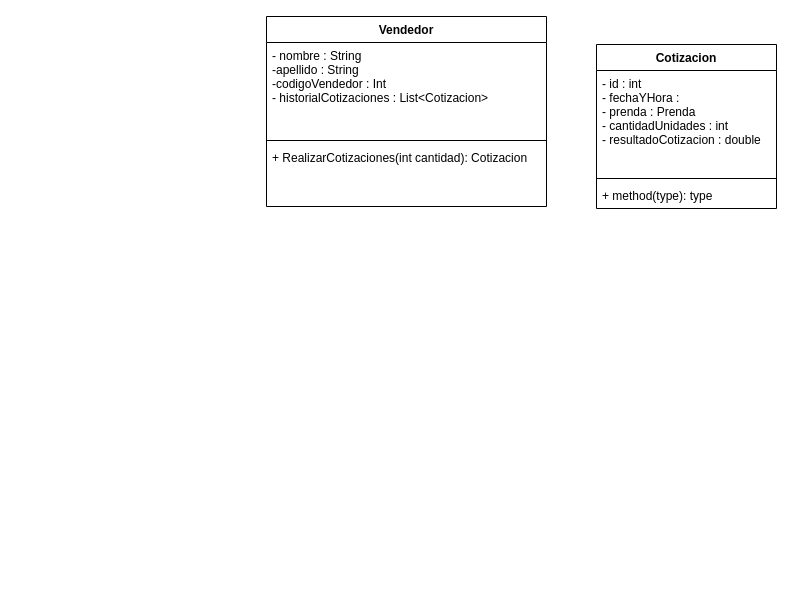
This is UMLCotizacionesTiendaMayorista.drawio from Demian159/ExamenIngresoGlobalCitizenEtermax, a draw.io file, before an edit. Source tidied: cells renumbered, new cells numbered last; positions are measured from the earlier drawing's top-left corner, leaving out a move shared by most shapes. Both pictures are drawn from the tidied source at 100%, with x=0, y=0 at pixel (266, 16).
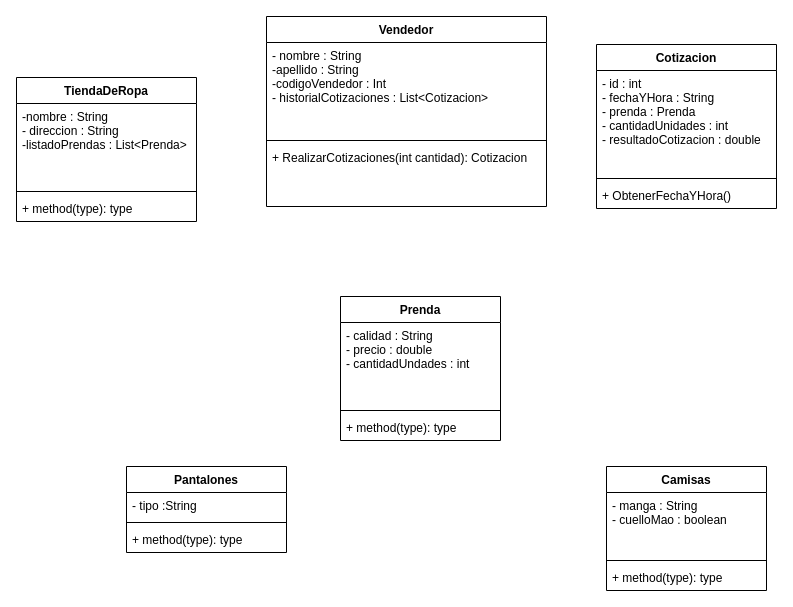
The same page after the edit.

Unchanged cells that the change refers to:
```xml
<mxCell id="2" value="Cotizacion" style="swimlane;fontStyle=1;align=center;verticalAlign=top;horizontal=1;startSize=26;" parent="1" vertex="1">
  <mxGeometry x="330" y="28" width="180" height="164" as="geometry" />
</mxCell>
```

Change to the diagram source:
```diff
@@
-    <mxCell id="3" value="- id : int&#10;- fechaYHora : &#10;- prenda : Prenda&#10;- cantidadUnidades : int&#10;- resultadoCotizacion : double&#10;&#10;" style="text;strokeColor=none;fillColor=none;align=left;verticalAlign=top;spacingLeft=4;spacingRight=4;overflow=hidden;" parent="2" vertex="1">
+    <mxCell id="3" value="- id : int&#10;- fechaYHora : String&#10;- prenda : Prenda&#10;- cantidadUnidades : int&#10;- resultadoCotizacion : double&#10;&#10;" style="text;strokeColor=none;fillColor=none;align=left;verticalAlign=top;spacingLeft=4;spacingRight=4;overflow=hidden;" parent="2" vertex="1">
       <mxGeometry y="26" width="180" height="104" as="geometry" />
     </mxCell>
@@
-    <mxCell id="5" value="+ method(type): type" style="text;strokeColor=none;fillColor=none;align=left;verticalAlign=top;spacingLeft=4;spacingRight=4;overflow=hidden;" parent="2" vertex="1">
+    <mxCell id="5" value="+ ObtenerFechaYHora()" style="text;strokeColor=none;fillColor=none;align=left;verticalAlign=top;spacingLeft=4;spacingRight=4;overflow=hidden;" parent="2" vertex="1">
       <mxGeometry y="138" width="180" height="26" as="geometry" />
     </mxCell>
@@
+    <mxCell id="10" value="TiendaDeRopa" style="swimlane;fontStyle=1;align=center;verticalAlign=top;horizontal=1;startSize=26;" parent="1" vertex="1">
+      <mxGeometry x="-250" y="61" width="180" height="144" as="geometry" />
+    </mxCell>
+    <mxCell id="11" value="-nombre : String&#10;- direccion : String&#10;-listadoPrendas : List&lt;Prenda&gt;&#10;" style="text;strokeColor=none;fillColor=none;align=left;verticalAlign=top;spacingLeft=4;spacingRight=4;overflow=hidden;" parent="10" vertex="1">
+      <mxGeometry y="26" width="180" height="84" as="geometry" />
+    </mxCell>
+    <mxCell id="12" style="line;strokeWidth=1;fillColor=none;align=left;verticalAlign=middle;spacingTop=-1;spacingLeft=3;spacingRight=3;labelPosition=right;" parent="10" vertex="1">
+      <mxGeometry y="110" width="180" height="8" as="geometry" />
+    </mxCell>
+    <mxCell id="13" value="+ method(type): type" style="text;strokeColor=none;fillColor=none;align=left;verticalAlign=top;spacingLeft=4;spacingRight=4;overflow=hidden;" parent="10" vertex="1">
+      <mxGeometry y="118" width="180" height="26" as="geometry" />
+    </mxCell>
+    <mxCell id="14" value="Prenda" style="swimlane;fontStyle=1;align=center;verticalAlign=top;horizontal=1;startSize=26;" parent="1" vertex="1">
+      <mxGeometry x="74" y="280" width="160" height="144" as="geometry" />
+    </mxCell>
+    <mxCell id="15" value="- calidad : String&#10;- precio : double&#10;- cantidadUndades : int&#10;" style="text;strokeColor=none;fillColor=none;align=left;verticalAlign=top;spacingLeft=4;spacingRight=4;overflow=hidden;" parent="14" vertex="1">
+      <mxGeometry y="26" width="160" height="84" as="geometry" />
+    </mxCell>
+    <mxCell id="16" style="line;strokeWidth=1;fillColor=none;align=left;verticalAlign=middle;spacingTop=-1;spacingLeft=3;spacingRight=3;labelPosition=right;" parent="14" vertex="1">
+      <mxGeometry y="110" width="160" height="8" as="geometry" />
+    </mxCell>
+    <mxCell id="17" value="+ method(type): type" style="text;strokeColor=none;fillColor=none;align=left;verticalAlign=top;spacingLeft=4;spacingRight=4;overflow=hidden;" parent="14" vertex="1">
+      <mxGeometry y="118" width="160" height="26" as="geometry" />
+    </mxCell>
+    <mxCell id="18" value="Pantalones" style="swimlane;fontStyle=1;align=center;verticalAlign=top;horizontal=1;startSize=26;" parent="1" vertex="1">
+      <mxGeometry x="-140" y="450" width="160" height="86" as="geometry" />
+    </mxCell>
+    <mxCell id="19" value="- tipo :String" style="text;strokeColor=none;fillColor=none;align=left;verticalAlign=top;spacingLeft=4;spacingRight=4;overflow=hidden;" parent="18" vertex="1">
+      <mxGeometry y="26" width="160" height="26" as="geometry" />
+    </mxCell>
+    <mxCell id="20" style="line;strokeWidth=1;fillColor=none;align=left;verticalAlign=middle;spacingTop=-1;spacingLeft=3;spacingRight=3;labelPosition=right;" parent="18" vertex="1">
+      <mxGeometry y="52" width="160" height="8" as="geometry" />
+    </mxCell>
+    <mxCell id="21" value="+ method(type): type" style="text;strokeColor=none;fillColor=none;align=left;verticalAlign=top;spacingLeft=4;spacingRight=4;overflow=hidden;" parent="18" vertex="1">
+      <mxGeometry y="60" width="160" height="26" as="geometry" />
+    </mxCell>
+    <mxCell id="22" value="Camisas" style="swimlane;fontStyle=1;align=center;verticalAlign=top;horizontal=1;startSize=26;" parent="1" vertex="1">
+      <mxGeometry x="340" y="450" width="160" height="124" as="geometry" />
+    </mxCell>
+    <mxCell id="23" value="- manga : String&#10;- cuelloMao : boolean&#10;" style="text;strokeColor=none;fillColor=none;align=left;verticalAlign=top;spacingLeft=4;spacingRight=4;overflow=hidden;" parent="22" vertex="1">
+      <mxGeometry y="26" width="160" height="64" as="geometry" />
+    </mxCell>
+    <mxCell id="24" style="line;strokeWidth=1;fillColor=none;align=left;verticalAlign=middle;spacingTop=-1;spacingLeft=3;spacingRight=3;labelPosition=right;" parent="22" vertex="1">
+      <mxGeometry y="90" width="160" height="8" as="geometry" />
+    </mxCell>
+    <mxCell id="25" value="+ method(type): type" style="text;strokeColor=none;fillColor=none;align=left;verticalAlign=top;spacingLeft=4;spacingRight=4;overflow=hidden;" parent="22" vertex="1">
+      <mxGeometry y="98" width="160" height="26" as="geometry" />
+    </mxCell>
```
